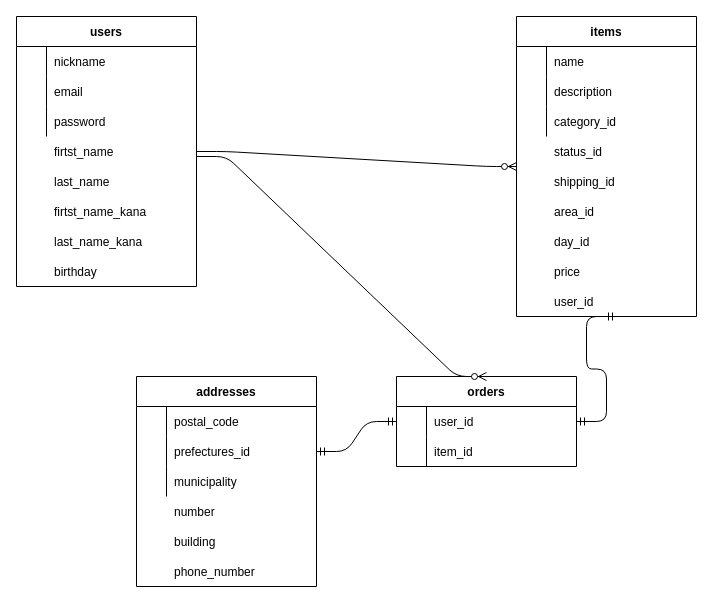
Before: furima.dio in yuto730/furima-31141, a draw.io diagram. Source tidied: cells renumbered, new cells numbered last; positions are measured from the earlier drawing's top-left corner, leaving out a move shared by most shapes. Both pictures are drawn from the tidied source at 100%, with x=0, y=0 at pixel (16, 16).
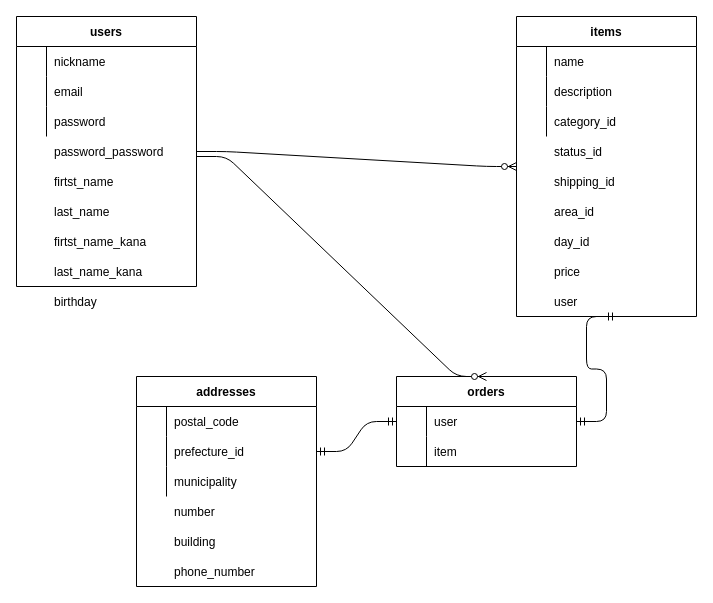
The same diagram, later.

Commit message:
データベース設計_修正2

The change refers to these unchanged cells:
```xml
<mxCell id="36" style="shape=partialRectangle;fillColor=none;top=0;left=0;bottom=0;right=0;points=[[0,0.5],[1,0.5]];portConstraint=eastwest;" parent="32" vertex="1">
  <mxGeometry y="60" width="180" height="30" as="geometry" />
</mxCell>
<mxCell id="49" style="shape=partialRectangle;fillColor=none;top=0;left=0;bottom=0;right=0;points=[[0,0.5],[1,0.5]];portConstraint=eastwest;" parent="48" vertex="1">
  <mxGeometry y="30" width="180" height="30" as="geometry" />
</mxCell>
<mxCell id="52" style="shape=partialRectangle;fillColor=none;top=0;left=0;bottom=0;right=0;" parent="48" vertex="1">
  <mxGeometry y="60" width="180" height="30" as="geometry" />
</mxCell>
```

Diff of the diagram source:
```diff
@@
     <mxCell id="27" value="firtst_name" style="shape=partialRectangle;fillColor=none;top=0;left=0;bottom=0;right=0;align=left;spacingLeft=6;overflow=hidden;" parent="1" vertex="1">
-      <mxGeometry x="30" y="120" width="150" height="30" as="geometry" />
+      <mxGeometry x="30" y="150" width="150" height="30" as="geometry" />
     </mxCell>
     <mxCell id="28" value="last_name" style="shape=partialRectangle;fillColor=none;top=0;left=0;bottom=0;right=0;align=left;spacingLeft=6;overflow=hidden;" parent="1" vertex="1">
-      <mxGeometry x="30" y="150" width="150" height="30" as="geometry" />
+      <mxGeometry x="30" y="180" width="150" height="30" as="geometry" />
     </mxCell>
     <mxCell id="29" value="firtst_name_kana" style="shape=partialRectangle;fillColor=none;top=0;left=0;bottom=0;right=0;align=left;spacingLeft=6;overflow=hidden;" parent="1" vertex="1">
-      <mxGeometry x="30" y="180" width="150" height="30" as="geometry" />
+      <mxGeometry x="30" y="210" width="150" height="30" as="geometry" />
     </mxCell>
     <mxCell id="30" value="last_name_kana" style="shape=partialRectangle;fillColor=none;top=0;left=0;bottom=0;right=0;align=left;spacingLeft=6;overflow=hidden;" parent="1" vertex="1">
-      <mxGeometry x="30" y="210" width="150" height="30" as="geometry" />
+      <mxGeometry x="30" y="240" width="150" height="30" as="geometry" />
     </mxCell>
     <mxCell id="31" value="birthday" style="shape=partialRectangle;fillColor=none;top=0;left=0;bottom=0;right=0;align=left;spacingLeft=6;overflow=hidden;" parent="1" vertex="1">
-      <mxGeometry x="30" y="240" width="150" height="30" as="geometry" />
+      <mxGeometry x="30" y="270" width="150" height="30" as="geometry" />
     </mxCell>
@@
-    <mxCell id="38" value="prefectures_id" style="shape=partialRectangle;fillColor=none;top=0;left=0;bottom=0;right=0;align=left;spacingLeft=6;overflow=hidden;" parent="36" vertex="1">
+    <mxCell id="38" value="prefecture_id" style="shape=partialRectangle;fillColor=none;top=0;left=0;bottom=0;right=0;align=left;spacingLeft=6;overflow=hidden;" parent="36" vertex="1">
       <mxGeometry x="30" width="150" height="30" as="geometry" />
     </mxCell>
@@
-    <mxCell id="51" value="user_id" style="shape=partialRectangle;fillColor=none;top=0;left=0;bottom=0;right=0;align=left;spacingLeft=6;overflow=hidden;" parent="49" vertex="1">
+    <mxCell id="51" value="user" style="shape=partialRectangle;fillColor=none;top=0;left=0;bottom=0;right=0;align=left;spacingLeft=6;overflow=hidden;" parent="49" vertex="1">
       <mxGeometry x="30" width="150" height="30" as="geometry" />
     </mxCell>
@@
-    <mxCell id="54" value="item_id" style="shape=partialRectangle;fillColor=none;top=0;left=0;bottom=0;right=0;align=left;spacingLeft=6;overflow=hidden;" parent="52" vertex="1">
+    <mxCell id="54" value="item" style="shape=partialRectangle;fillColor=none;top=0;left=0;bottom=0;right=0;align=left;spacingLeft=6;overflow=hidden;" parent="52" vertex="1">
       <mxGeometry x="30" width="150" height="30" as="geometry" />
     </mxCell>
@@
-    <mxCell id="58" value="user_id" style="shape=partialRectangle;fillColor=none;top=0;left=0;bottom=0;right=0;align=left;spacingLeft=6;overflow=hidden;" parent="1" vertex="1">
+    <mxCell id="58" value="user" style="shape=partialRectangle;fillColor=none;top=0;left=0;bottom=0;right=0;align=left;spacingLeft=6;overflow=hidden;" parent="1" vertex="1">
       <mxGeometry x="530" y="270" width="150" height="30" as="geometry" />
     </mxCell>
+    <mxCell id="59" value="password_password" style="shape=partialRectangle;fillColor=none;top=0;left=0;bottom=0;right=0;align=left;spacingLeft=6;overflow=hidden;" parent="1" vertex="1">
+      <mxGeometry x="30" y="120" width="150" height="30" as="geometry" />
+    </mxCell>
```
